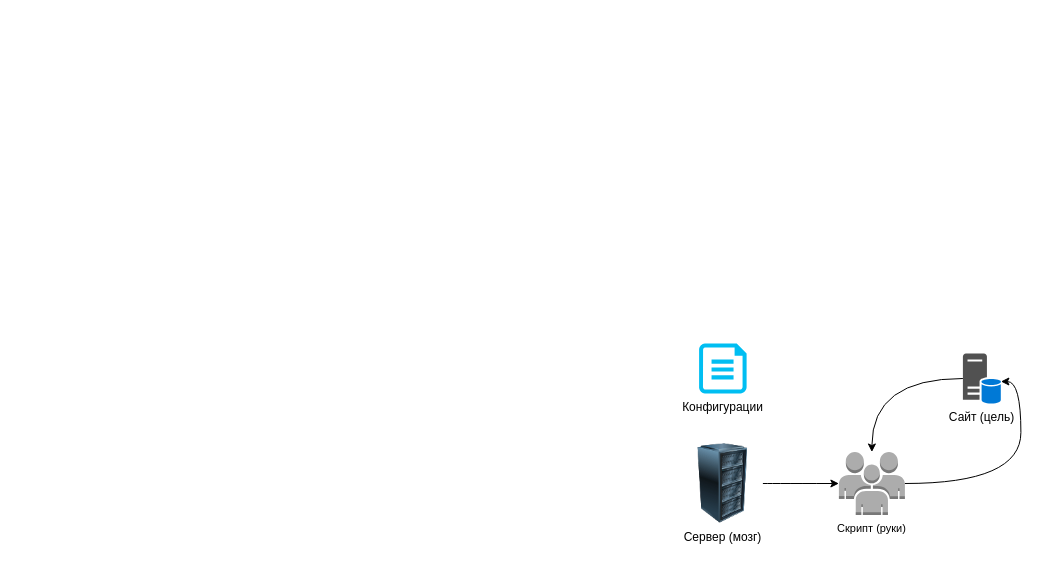
leerov/LeerovParser keeps this draw.io diagram as ERDiagram.drawio. Above is the earlier version. Source tidied: cells renumbered, new cells numbered last; positions are measured from the earlier drawing's top-left corner, leaving out a move shared by most shapes. Both pictures are drawn from the tidied source at 100%, with x=0, y=0 at pixel (682, 343).
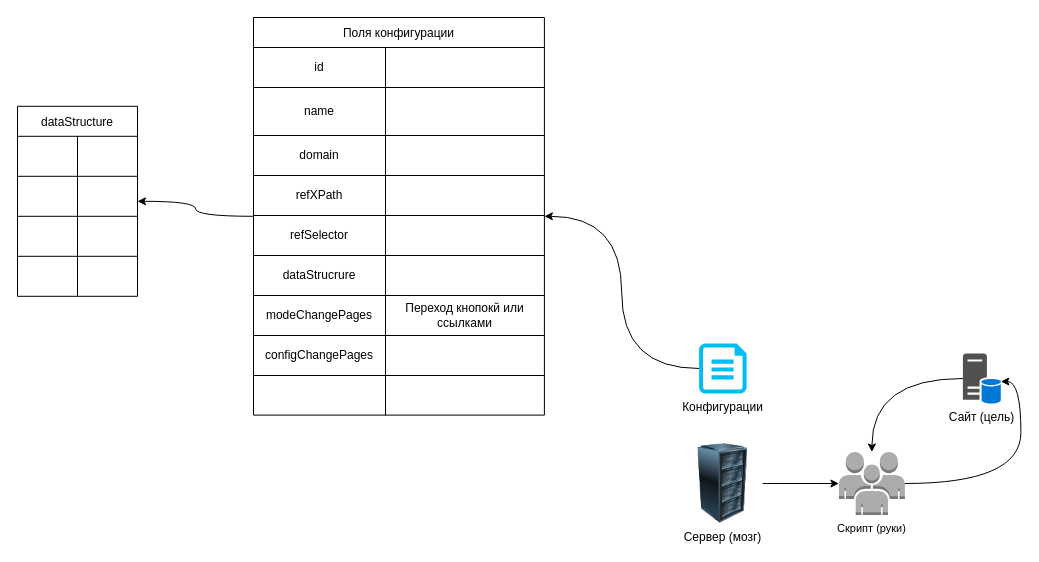
Above is the later version.

Unchanged cells that the change refers to:
```xml
<mxCell id="4" value="Конфигурации" style="verticalLabelPosition=bottom;html=1;verticalAlign=top;align=center;strokeColor=none;fillColor=#00BEF2;shape=mxgraph.azure.cloud_services_configuration_file;" parent="1" vertex="1">
  <mxGeometry x="16.6" width="47.5" height="50" as="geometry" />
</mxCell>
```

What changed in the source:
```diff
@@
+    <mxCell id="9" style="edgeStyle=orthogonalEdgeStyle;shape=connector;curved=1;rounded=0;jettySize=auto;html=1;exitX=0;exitY=0.5;exitDx=0;exitDy=0;exitPerimeter=0;shadow=0;strokeColor=default;align=center;verticalAlign=middle;fontFamily=Helvetica;fontSize=11;fontColor=default;labelBackgroundColor=default;endArrow=classic;flowAnimation=1;" parent="1" edge="1" source="4" target="24">
+      <mxGeometry relative="1" as="geometry" />
+    </mxCell>
@@
+    <mxCell id="10" style="edgeStyle=orthogonalEdgeStyle;shape=connector;curved=1;rounded=0;jettySize=auto;html=1;shadow=0;strokeColor=default;align=center;verticalAlign=middle;fontFamily=Helvetica;fontSize=11;fontColor=default;labelBackgroundColor=default;endArrow=classic;flowAnimation=1;" parent="1" edge="1" source="24" target="11">
+      <mxGeometry relative="1" as="geometry" />
+    </mxCell>
+    <mxCell id="11" value="dataStructure" style="shape=table;startSize=30;childLayout=tableLayout;" parent="1" vertex="1">
+      <mxGeometry x="-665" y="-237.2" width="120" height="190" as="geometry" />
+    </mxCell>
+    <mxCell id="12" style="shape=tableRow;horizontal=0;startSize=0;swimlaneHead=0;swimlaneBody=0;strokeColor=inherit;top=0;left=0;bottom=0;right=0;fillColor=none;" parent="11" vertex="1">
+      <mxGeometry y="30" width="120" height="40" as="geometry" />
+    </mxCell>
+    <mxCell id="13" style="shape=partialRectangle;html=1;whiteSpace=wrap;strokeColor=inherit;overflow=hidden;fillColor=none;top=0;left=0;bottom=0;right=0;" parent="12" vertex="1">
+      <mxGeometry width="60" height="40" as="geometry" />
+    </mxCell>
+    <mxCell id="14" style="shape=partialRectangle;html=1;whiteSpace=wrap;strokeColor=inherit;overflow=hidden;fillColor=none;top=0;left=0;bottom=0;right=0;" parent="12" vertex="1">
+      <mxGeometry x="60" width="60" height="40" as="geometry" />
+    </mxCell>
+    <mxCell id="15" style="shape=tableRow;horizontal=0;startSize=0;swimlaneHead=0;swimlaneBody=0;strokeColor=inherit;top=0;left=0;bottom=0;right=0;fillColor=none;" parent="11" vertex="1">
+      <mxGeometry y="70" width="120" height="40" as="geometry" />
+    </mxCell>
+    <mxCell id="16" style="shape=partialRectangle;html=1;whiteSpace=wrap;strokeColor=inherit;overflow=hidden;fillColor=none;top=0;left=0;bottom=0;right=0;" parent="15" vertex="1">
+      <mxGeometry width="60" height="40" as="geometry" />
+    </mxCell>
+    <mxCell id="17" style="shape=partialRectangle;html=1;whiteSpace=wrap;strokeColor=inherit;overflow=hidden;fillColor=none;top=0;left=0;bottom=0;right=0;" parent="15" vertex="1">
+      <mxGeometry x="60" width="60" height="40" as="geometry" />
+    </mxCell>
+    <mxCell id="18" style="shape=tableRow;horizontal=0;startSize=0;swimlaneHead=0;swimlaneBody=0;strokeColor=inherit;top=0;left=0;bottom=0;right=0;fillColor=none;" parent="11" vertex="1">
+      <mxGeometry y="110" width="120" height="40" as="geometry" />
+    </mxCell>
+    <mxCell id="19" style="shape=partialRectangle;html=1;whiteSpace=wrap;strokeColor=inherit;overflow=hidden;fillColor=none;top=0;left=0;bottom=0;right=0;" parent="18" vertex="1">
+      <mxGeometry width="60" height="40" as="geometry" />
+    </mxCell>
+    <mxCell id="20" style="shape=partialRectangle;html=1;whiteSpace=wrap;strokeColor=inherit;overflow=hidden;fillColor=none;top=0;left=0;bottom=0;right=0;" parent="18" vertex="1">
+      <mxGeometry x="60" width="60" height="40" as="geometry" />
+    </mxCell>
+    <mxCell id="21" style="shape=tableRow;horizontal=0;startSize=0;swimlaneHead=0;swimlaneBody=0;strokeColor=inherit;top=0;left=0;bottom=0;right=0;fillColor=none;" parent="11" vertex="1">
+      <mxGeometry y="150" width="120" height="40" as="geometry" />
+    </mxCell>
+    <mxCell id="22" style="shape=partialRectangle;html=1;whiteSpace=wrap;strokeColor=inherit;overflow=hidden;fillColor=none;top=0;left=0;bottom=0;right=0;" parent="21" vertex="1">
+      <mxGeometry width="60" height="40" as="geometry" />
+    </mxCell>
+    <mxCell id="23" style="shape=partialRectangle;html=1;whiteSpace=wrap;strokeColor=inherit;overflow=hidden;fillColor=none;top=0;left=0;bottom=0;right=0;" parent="21" vertex="1">
+      <mxGeometry x="60" width="60" height="40" as="geometry" />
+    </mxCell>
+    <mxCell id="24" value="Поля конфигурации" style="shape=table;startSize=30;childLayout=tableLayout;" parent="1" vertex="1">
+      <mxGeometry x="-429" y="-326" width="290.9" height="397.6" as="geometry" />
+    </mxCell>
+    <mxCell id="25" style="shape=tableRow;horizontal=0;startSize=0;swimlaneHead=0;swimlaneBody=0;strokeColor=inherit;top=0;left=0;bottom=0;right=0;fillColor=none;" parent="24" vertex="1">
+      <mxGeometry y="30" width="290.9" height="40" as="geometry" />
+    </mxCell>
+    <mxCell id="26" value="id" style="shape=partialRectangle;html=1;whiteSpace=wrap;strokeColor=inherit;overflow=hidden;fillColor=none;top=0;left=0;bottom=0;right=0;" parent="25" vertex="1">
+      <mxGeometry width="132" height="40" as="geometry" />
+    </mxCell>
+    <mxCell id="27" style="shape=partialRectangle;html=1;whiteSpace=wrap;strokeColor=inherit;overflow=hidden;fillColor=none;top=0;left=0;bottom=0;right=0;" parent="25" vertex="1">
+      <mxGeometry x="132" width="159" height="40" as="geometry" />
+    </mxCell>
+    <mxCell id="28" style="shape=tableRow;horizontal=0;startSize=0;swimlaneHead=0;swimlaneBody=0;strokeColor=inherit;top=0;left=0;bottom=0;right=0;fillColor=none;" parent="24" vertex="1">
+      <mxGeometry y="70" width="290.9" height="48" as="geometry" />
+    </mxCell>
+    <mxCell id="29" value="name" style="shape=partialRectangle;html=1;whiteSpace=wrap;strokeColor=inherit;overflow=hidden;fillColor=none;top=0;left=0;bottom=0;right=0;" parent="28" vertex="1">
+      <mxGeometry width="132" height="48" as="geometry" />
+    </mxCell>
+    <mxCell id="30" style="shape=partialRectangle;html=1;whiteSpace=wrap;strokeColor=inherit;overflow=hidden;fillColor=none;top=0;left=0;bottom=0;right=0;" parent="28" vertex="1">
+      <mxGeometry x="132" width="159" height="48" as="geometry" />
+    </mxCell>
+    <mxCell id="31" style="shape=tableRow;horizontal=0;startSize=0;swimlaneHead=0;swimlaneBody=0;strokeColor=inherit;top=0;left=0;bottom=0;right=0;fillColor=none;" parent="24" vertex="1">
+      <mxGeometry y="118" width="290.9" height="40" as="geometry" />
+    </mxCell>
+    <mxCell id="32" value="domain" style="shape=partialRectangle;html=1;whiteSpace=wrap;strokeColor=inherit;overflow=hidden;fillColor=none;top=0;left=0;bottom=0;right=0;" parent="31" vertex="1">
+      <mxGeometry width="132" height="40" as="geometry" />
+    </mxCell>
+    <mxCell id="33" style="shape=partialRectangle;html=1;whiteSpace=wrap;strokeColor=inherit;overflow=hidden;fillColor=none;top=0;left=0;bottom=0;right=0;" parent="31" vertex="1">
+      <mxGeometry x="132" width="159" height="40" as="geometry" />
+    </mxCell>
+    <mxCell id="34" style="shape=tableRow;horizontal=0;startSize=0;swimlaneHead=0;swimlaneBody=0;strokeColor=inherit;top=0;left=0;bottom=0;right=0;fillColor=none;" parent="24" vertex="1">
+      <mxGeometry y="158" width="290.9" height="40" as="geometry" />
+    </mxCell>
+    <mxCell id="35" value="refXPath" style="shape=partialRectangle;html=1;whiteSpace=wrap;strokeColor=inherit;overflow=hidden;fillColor=none;top=0;left=0;bottom=0;right=0;" parent="34" vertex="1">
+      <mxGeometry width="132" height="40" as="geometry" />
+    </mxCell>
+    <mxCell id="36" style="shape=partialRectangle;html=1;whiteSpace=wrap;strokeColor=inherit;overflow=hidden;fillColor=none;top=0;left=0;bottom=0;right=0;" parent="34" vertex="1">
+      <mxGeometry x="132" width="159" height="40" as="geometry" />
+    </mxCell>
+    <mxCell id="37" style="shape=tableRow;horizontal=0;startSize=0;swimlaneHead=0;swimlaneBody=0;strokeColor=inherit;top=0;left=0;bottom=0;right=0;fillColor=none;" parent="24" vertex="1">
+      <mxGeometry y="198" width="290.9" height="40" as="geometry" />
+    </mxCell>
+    <mxCell id="38" value="refSelector" style="shape=partialRectangle;html=1;whiteSpace=wrap;strokeColor=inherit;overflow=hidden;fillColor=none;top=0;left=0;bottom=0;right=0;" parent="37" vertex="1">
+      <mxGeometry width="132" height="40" as="geometry" />
+    </mxCell>
+    <mxCell id="39" style="shape=partialRectangle;html=1;whiteSpace=wrap;strokeColor=inherit;overflow=hidden;fillColor=none;top=0;left=0;bottom=0;right=0;" parent="37" vertex="1">
+      <mxGeometry x="132" width="159" height="40" as="geometry" />
+    </mxCell>
+    <mxCell id="40" style="shape=tableRow;horizontal=0;startSize=0;swimlaneHead=0;swimlaneBody=0;strokeColor=inherit;top=0;left=0;bottom=0;right=0;fillColor=none;" parent="24" vertex="1">
+      <mxGeometry y="238" width="290.9" height="40" as="geometry" />
+    </mxCell>
+    <mxCell id="41" value="dataStrucrure" style="shape=partialRectangle;html=1;whiteSpace=wrap;strokeColor=inherit;overflow=hidden;fillColor=none;top=0;left=0;bottom=0;right=0;" parent="40" vertex="1">
+      <mxGeometry width="132" height="40" as="geometry" />
+    </mxCell>
+    <mxCell id="42" style="shape=partialRectangle;html=1;whiteSpace=wrap;strokeColor=inherit;overflow=hidden;fillColor=none;top=0;left=0;bottom=0;right=0;" parent="40" vertex="1">
+      <mxGeometry x="132" width="159" height="40" as="geometry" />
+    </mxCell>
+    <mxCell id="43" style="shape=tableRow;horizontal=0;startSize=0;swimlaneHead=0;swimlaneBody=0;strokeColor=inherit;top=0;left=0;bottom=0;right=0;fillColor=none;" parent="24" vertex="1">
+      <mxGeometry y="278" width="290.9" height="40" as="geometry" />
+    </mxCell>
+    <mxCell id="44" value="modeChangePages" style="shape=partialRectangle;html=1;whiteSpace=wrap;strokeColor=inherit;overflow=hidden;fillColor=none;top=0;left=0;bottom=0;right=0;" parent="43" vertex="1">
+      <mxGeometry width="132" height="40" as="geometry" />
+    </mxCell>
+    <mxCell id="45" value="Переход кнопокй или ссылками" style="shape=partialRectangle;html=1;whiteSpace=wrap;strokeColor=inherit;overflow=hidden;fillColor=none;top=0;left=0;bottom=0;right=0;" parent="43" vertex="1">
+      <mxGeometry x="132" width="159" height="40" as="geometry" />
+    </mxCell>
+    <mxCell id="46" style="shape=tableRow;horizontal=0;startSize=0;swimlaneHead=0;swimlaneBody=0;strokeColor=inherit;top=0;left=0;bottom=0;right=0;fillColor=none;" parent="24" vertex="1">
+      <mxGeometry y="318" width="290.9" height="40" as="geometry" />
+    </mxCell>
+    <mxCell id="47" value="configChangePages" style="shape=partialRectangle;html=1;whiteSpace=wrap;strokeColor=inherit;overflow=hidden;fillColor=none;top=0;left=0;bottom=0;right=0;" parent="46" vertex="1">
+      <mxGeometry width="132" height="40" as="geometry" />
+    </mxCell>
+    <mxCell id="48" style="shape=partialRectangle;html=1;whiteSpace=wrap;strokeColor=inherit;overflow=hidden;fillColor=none;top=0;left=0;bottom=0;right=0;" parent="46" vertex="1">
+      <mxGeometry x="132" width="159" height="40" as="geometry" />
+    </mxCell>
+    <mxCell id="49" style="shape=tableRow;horizontal=0;startSize=0;swimlaneHead=0;swimlaneBody=0;strokeColor=inherit;top=0;left=0;bottom=0;right=0;fillColor=none;" parent="24" vertex="1">
+      <mxGeometry y="358" width="290.9" height="40" as="geometry" />
+    </mxCell>
+    <mxCell id="50" style="shape=partialRectangle;html=1;whiteSpace=wrap;strokeColor=inherit;overflow=hidden;fillColor=none;top=0;left=0;bottom=0;right=0;" parent="49" vertex="1">
+      <mxGeometry width="132" height="40" as="geometry" />
+    </mxCell>
+    <mxCell id="51" style="shape=partialRectangle;html=1;whiteSpace=wrap;strokeColor=inherit;overflow=hidden;fillColor=none;top=0;left=0;bottom=0;right=0;" parent="49" vertex="1">
+      <mxGeometry x="132" width="159" height="40" as="geometry" />
+    </mxCell>
```
